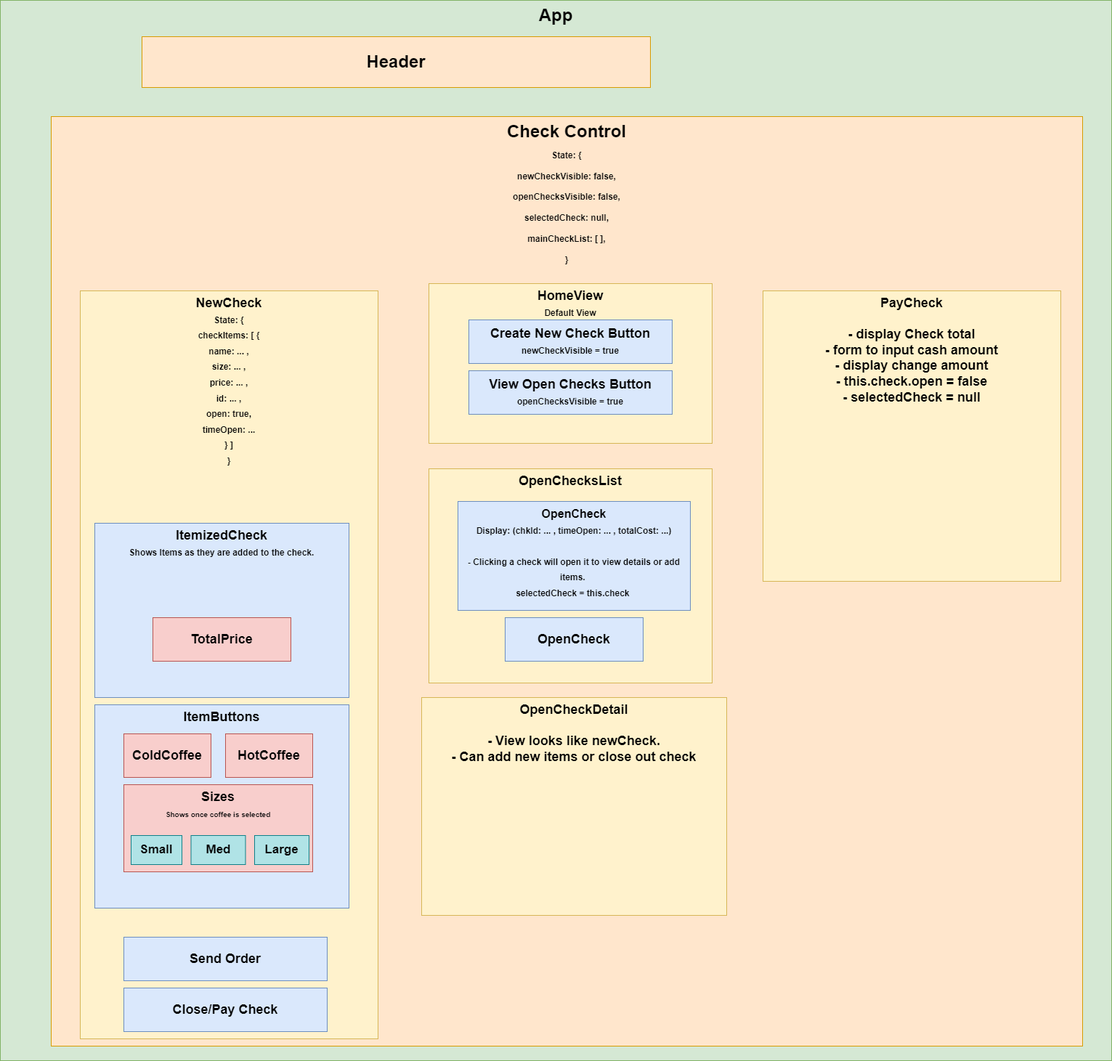
Before: v1CoffeeShopPOSDiagram.png, a diagram exported from draw.io (AaronDBoyd/CoffeeShop_POS). Source tidied: cells renumbered, new cells last; positions are measured from the earlier drawing's top-left corner, leaving out a move shared by most shapes.
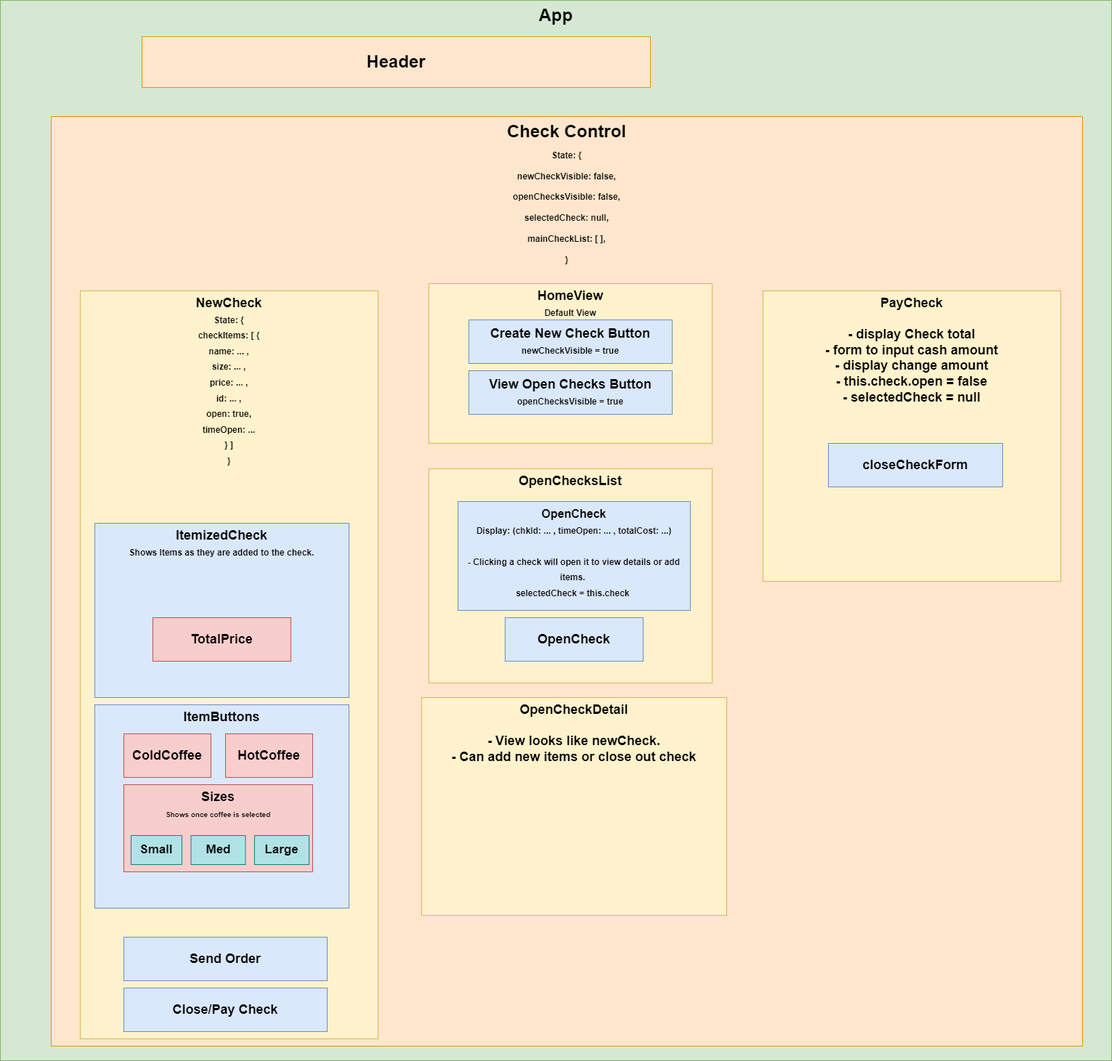
The same diagram one commit later.

The edit, as a diff of the source:
```diff
@@ -65,11 +65,14 @@
     <mxCell id="22" value="Close/Pay Check" style="rounded=0;whiteSpace=wrap;html=1;fontSize=18;fontStyle=1;fillColor=#dae8fc;strokeColor=#6c8ebf;" parent="1" vertex="1">
       <mxGeometry x="170" y="1360" width="280" height="60" as="geometry" />
     </mxCell>
-    <mxCell id="23" value="PayCheck&lt;br&gt;&lt;br&gt;- display Check total&lt;br&gt;- form to input cash amount&lt;br&gt;- display change amount&lt;br&gt;- this.check.open = false&lt;br&gt;- selectedCheck = null" style="rounded=0;whiteSpace=wrap;html=1;fontSize=18;fillColor=#fff2cc;strokeColor=#d6b656;fontStyle=1;verticalAlign=top;" parent="1" vertex="1">
+    <mxCell id="23" value="PayCheck&lt;br&gt;&lt;br&gt;- display Check total&lt;br&gt;- form to input cash amount&lt;br&gt;- display change amount&lt;br&gt;- this.check.open = false&lt;br&gt;- selectedCheck = null&lt;br&gt;&lt;br&gt;" style="rounded=0;whiteSpace=wrap;html=1;fontSize=18;fillColor=#fff2cc;strokeColor=#d6b656;fontStyle=1;verticalAlign=top;" parent="1" vertex="1">
       <mxGeometry x="1050" y="400" width="410" height="400" as="geometry" />
     </mxCell>
     <mxCell id="24" value="Send Order" style="rounded=0;whiteSpace=wrap;html=1;fontSize=18;fontStyle=1;fillColor=#dae8fc;strokeColor=#6c8ebf;" parent="1" vertex="1">
       <mxGeometry x="170" y="1290" width="280" height="60" as="geometry" />
     </mxCell>
+    <mxCell id="25" value="closeCheckForm" style="rounded=0;whiteSpace=wrap;html=1;fillColor=#dae8fc;strokeColor=#6c8ebf;fontStyle=1;fontSize=18;" parent="1" vertex="1">
+      <mxGeometry x="1140" y="610" width="240" height="60" as="geometry" />
+    </mxCell>
   </root>
 </mxGraphModel>
```
